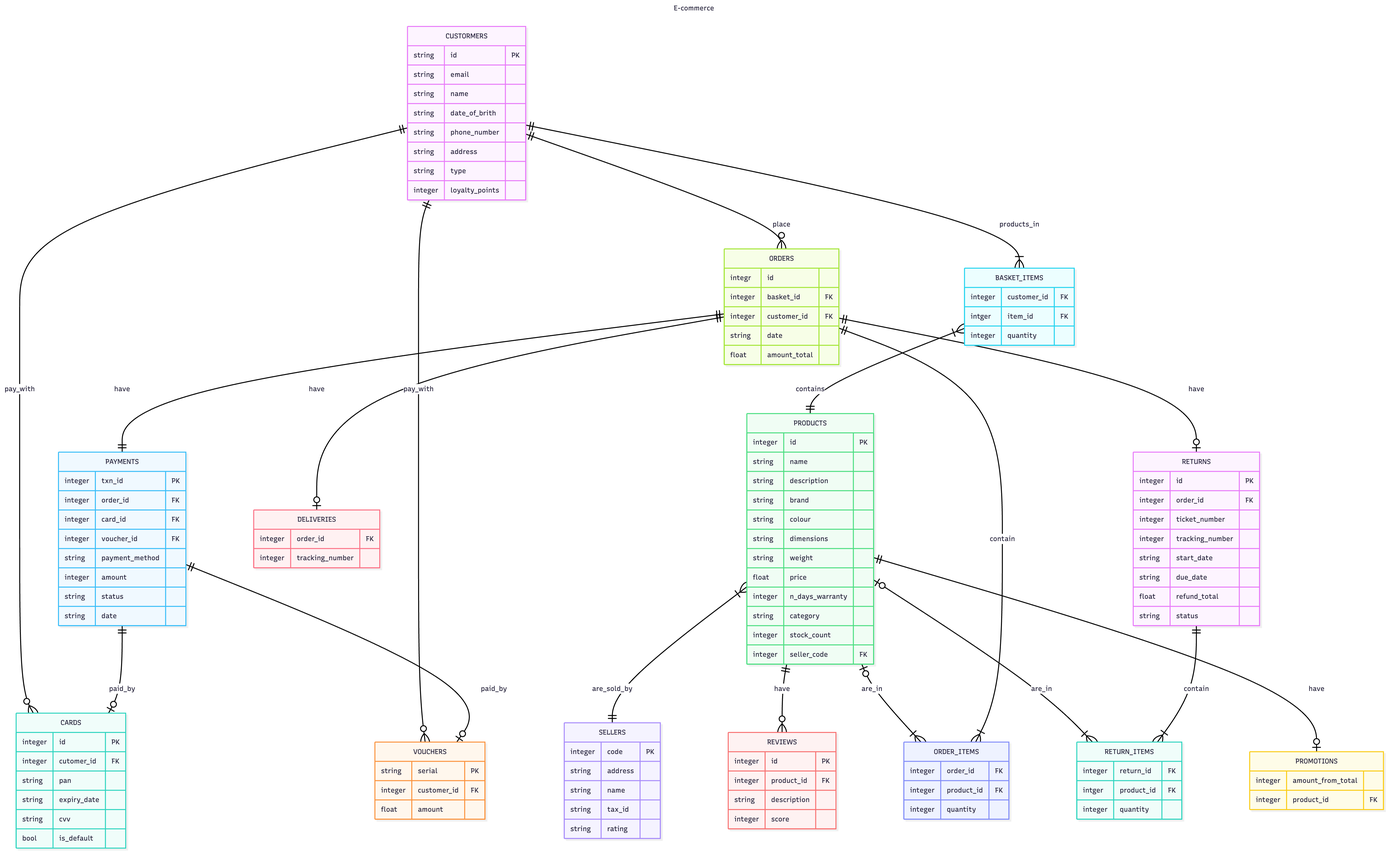
The Mermaid diagram e-commerce-ER.png in haster12345/hello, before a commit. Its source is kept beside it as E-commerce-ER.mmd.
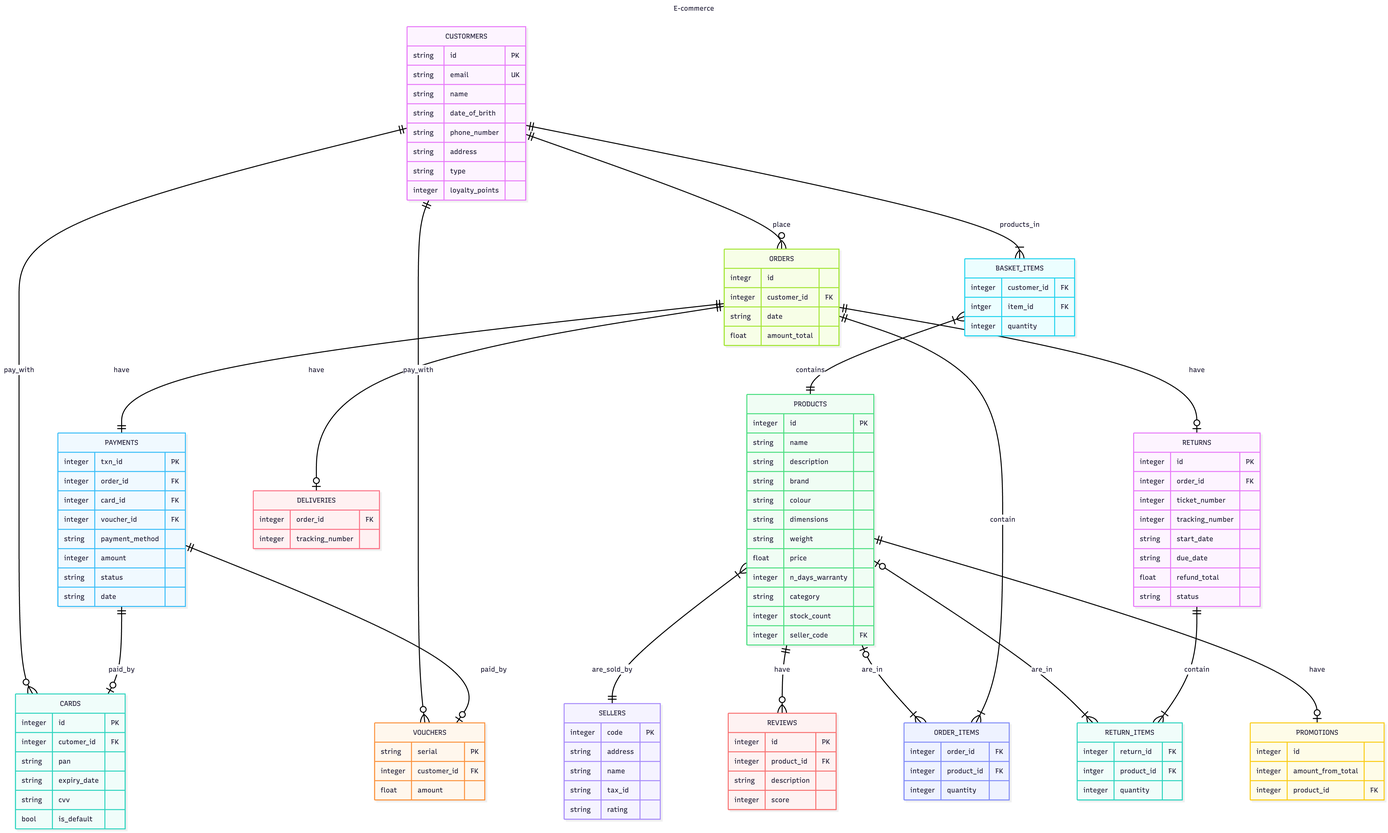
Later version of the same file.

The edit, as a diff of the source:
```diff
@@ -4,7 +4,7 @@
 erDiagram
     CUSTORMERS {
         string id PK
-        string email
+        string email UK
         string name
         string date_of_brith
         string phone_number
@@ -65,6 +65,7 @@
     }
 
     PROMOTIONS {
+        integer id
         integer amount_from_total
         integer product_id FK
     }
@@ -77,7 +78,6 @@
 
     ORDERS {
         integr id
-        integer basket_id FK
         integer customer_id FK
         string date
         float amount_total
```
